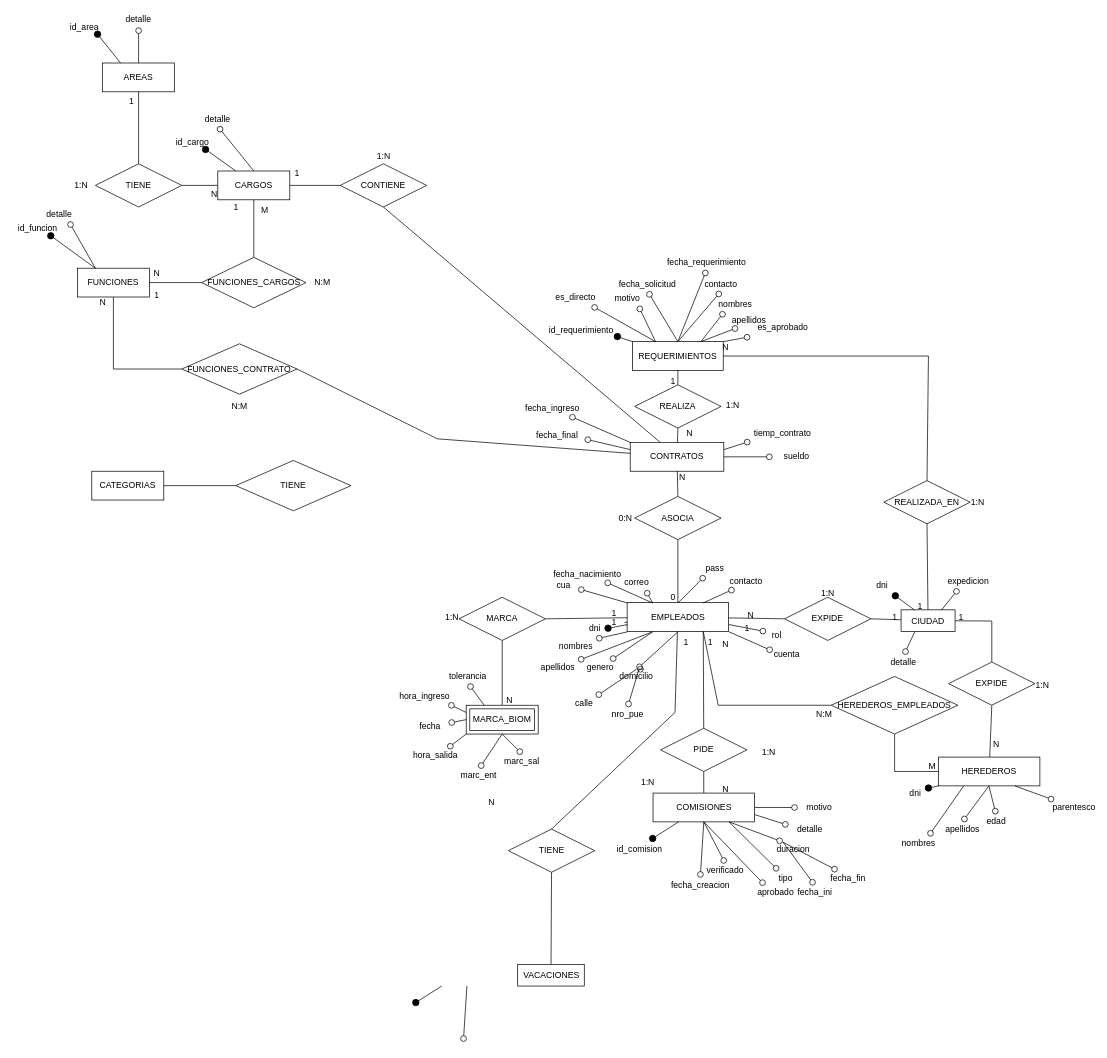
The draw.io diagram page "Página-2" (2 of 4) of Diagrama SRH.drawio in tomyivan/diagramas-DB, before the edit. Source tidied: cells renumbered, new cells numbered last; positions are measured from the earlier drawing's top-left corner, leaving out a move shared by most shapes. Both pictures are drawn from the tidied source at 72%, with x=0, y=0 at pixel (12, 12).
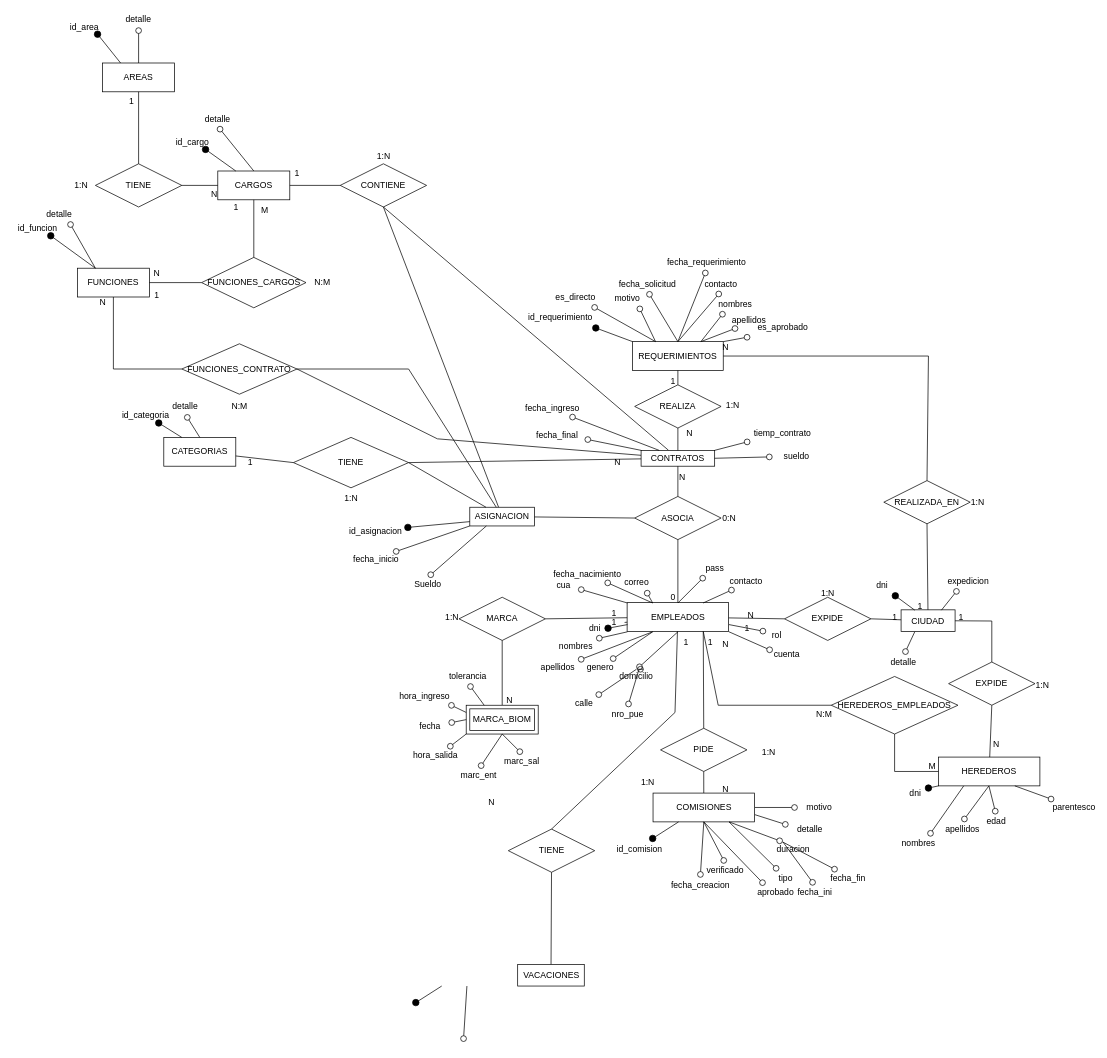
Above is the later version.

The change refers to these unchanged cells:
```xml
<mxCell id="46" value="CONTIENE" style="shape=rhombus;perimeter=rhombusPerimeter;whiteSpace=wrap;html=1;align=center;" parent="1" vertex="1">
  <mxGeometry x="455" y="210" width="120" height="60" as="geometry" />
</mxCell>
<mxCell id="51" value="FUNCIONES_CONTRATO" style="shape=rhombus;perimeter=rhombusPerimeter;whiteSpace=wrap;html=1;align=center;" parent="1" vertex="1">
  <mxGeometry x="235" y="460" width="160" height="70" as="geometry" />
</mxCell>
<mxCell id="193" value="ASOCIA" style="shape=rhombus;perimeter=rhombusPerimeter;whiteSpace=wrap;html=1;align=center;" parent="1" vertex="1">
  <mxGeometry x="864" y="672" width="120" height="60" as="geometry" />
</mxCell>
```

Diff of the diagram source:
```diff
@@
     <mxCell id="6" value="id_requerimiento" style="whiteSpace=wrap;html=1;align=center;strokeColor=none;fillColor=none;" parent="1" vertex="1">
-      <mxGeometry x="740" y="427" width="99.5" height="30" as="geometry" />
+      <mxGeometry x="710.5" y="408" width="99.5" height="30" as="geometry" />
     </mxCell>
@@
-    <mxCell id="48" style="endArrow=none;html=1;rounded=0;exitX=0.5;exitY=1;exitDx=0;exitDy=0;" parent="1" edge="1" source="46">
-      <mxGeometry relative="1" as="geometry">
-        <mxPoint x="899.6" y="597" as="targetPoint" />
-      </mxGeometry>
+    <mxCell id="48" style="endArrow=none;html=1;rounded=0;exitX=0.5;exitY=1;exitDx=0;exitDy=0;" parent="1" edge="1" source="46" target="181">
+      <mxGeometry relative="1" as="geometry" />
     </mxCell>
@@
     <mxCell id="59" value="0:N" style="text;html=1;align=center;verticalAlign=middle;strokeColor=none;fillColor=none;" parent="1" vertex="1">
-      <mxGeometry x="830.5" y="687" width="40" height="30" as="geometry" />
+      <mxGeometry x="975" y="687" width="40" height="30" as="geometry" />
     </mxCell>
@@
     <mxCell id="181" value="CONTRATOS" style="whiteSpace=wrap;html=1;align=center;" parent="1" vertex="1">
-      <mxGeometry x="857.8" y="597" width="130" height="40" as="geometry" />
+      <mxGeometry x="872.9" y="608" width="102.2" height="22" as="geometry" />
     </mxCell>
@@
     <mxCell id="211" value="CATEGORIAS" style="whiteSpace=wrap;html=1;align=center;" parent="1" vertex="1">
-      <mxGeometry x="110" y="637" width="100" height="40" as="geometry" />
+      <mxGeometry x="210" y="590" width="100" height="40" as="geometry" />
     </mxCell>
     <mxCell id="212" value="TIENE" style="shape=rhombus;perimeter=rhombusPerimeter;whiteSpace=wrap;html=1;align=center;" parent="1" vertex="1">
-      <mxGeometry x="310" y="622" width="160" height="70" as="geometry" />
+      <mxGeometry x="390" y="590" width="160" height="70" as="geometry" />
     </mxCell>
@@
+    <mxCell id="214" style="endArrow=none;html=1;rounded=0;exitX=1;exitY=0.5;exitDx=0;exitDy=0;" parent="1" edge="1" source="212" target="181">
+      <mxGeometry relative="1" as="geometry" />
+    </mxCell>
+    <mxCell id="215" style="endArrow=circle;html=1;rounded=0;strokeColor=default;shadow=0;startFill=0;fillOpacity=100;endFill=0;snapToPoint=1;fixDash=1;backgroundOutline=1;comic=0;jiggle=1;enumerate=0;orthogonal=0;strokeOpacity=100;arcSize=210;startArrow=none;strokeWidth=1;startSize=0;endSize=3;" parent="1" edge="1" source="211" target="216">
+      <mxGeometry relative="1" as="geometry" />
+    </mxCell>
+    <mxCell id="216" value="detalle" style="whiteSpace=wrap;html=1;align=center;strokeColor=none;fillColor=none;" parent="1" vertex="1">
+      <mxGeometry x="220" y="536" width="40" height="22" as="geometry" />
+    </mxCell>
+    <mxCell id="217" value="id_categoria" style="whiteSpace=wrap;html=1;align=center;strokeColor=none;fillColor=none;" parent="1" vertex="1">
+      <mxGeometry x="150" y="550" width="70" height="20" as="geometry" />
+    </mxCell>
+    <mxCell id="218" style="endArrow=none;html=1;rounded=0;shadow=0;startFill=1;fillOpacity=100;endFill=1;snapToPoint=1;fixDash=1;backgroundOutline=1;comic=0;jiggle=1;enumerate=0;orthogonal=0;strokeOpacity=100;arcSize=210;startArrow=oval;strokeWidth=1;startSize=9;" parent="1" edge="1" source="217" target="211">
+      <mxGeometry relative="1" as="geometry" />
+    </mxCell>
+    <mxCell id="219" value="1" style="text;html=1;align=center;verticalAlign=middle;strokeColor=none;fillColor=none;" parent="1" vertex="1">
+      <mxGeometry x="315" y="610" width="30" height="30" as="geometry" />
+    </mxCell>
+    <mxCell id="220" value="N" style="text;html=1;align=center;verticalAlign=middle;strokeColor=none;fillColor=none;" parent="1" vertex="1">
+      <mxGeometry x="825" y="610" width="30" height="30" as="geometry" />
+    </mxCell>
+    <mxCell id="221" value="1:N" style="text;html=1;align=center;verticalAlign=middle;strokeColor=none;fillColor=none;" parent="1" vertex="1">
+      <mxGeometry x="450" y="660" width="40" height="30" as="geometry" />
+    </mxCell>
+    <mxCell id="222" value="ASIGNACION" style="whiteSpace=wrap;html=1;align=center;" parent="1" vertex="1">
+      <mxGeometry x="635" y="687" width="90" height="26" as="geometry" />
+    </mxCell>
+    <mxCell id="223" style="endArrow=none;html=1;rounded=0;entryX=0;entryY=0.5;entryDx=0;entryDy=0;" parent="1" edge="1" source="222" target="193">
+      <mxGeometry relative="1" as="geometry" />
+    </mxCell>
+    <mxCell id="224" value="id_asignacion" style="whiteSpace=wrap;html=1;align=center;strokeColor=none;fillColor=none;" parent="1" vertex="1">
+      <mxGeometry x="460" y="710" width="88.6" height="20" as="geometry" />
+    </mxCell>
+    <mxCell id="225" style="endArrow=none;html=1;rounded=0;shadow=0;startFill=1;fillOpacity=100;endFill=1;snapToPoint=1;fixDash=1;backgroundOutline=1;comic=0;jiggle=1;enumerate=0;orthogonal=0;strokeOpacity=100;arcSize=210;startArrow=oval;strokeWidth=1;startSize=9;" parent="1" edge="1" source="224" target="222">
+      <mxGeometry relative="1" as="geometry" />
+    </mxCell>
+    <mxCell id="226" style="endArrow=circle;html=1;rounded=0;strokeColor=default;shadow=0;startFill=0;fillOpacity=100;endFill=0;snapToPoint=1;fixDash=1;backgroundOutline=1;comic=0;jiggle=1;enumerate=0;orthogonal=0;strokeOpacity=100;arcSize=210;startArrow=none;strokeWidth=1;startSize=0;endSize=3;" parent="1" edge="1" source="222" target="227">
+      <mxGeometry relative="1" as="geometry" />
+    </mxCell>
+    <mxCell id="227" value="fecha_inicio" style="whiteSpace=wrap;html=1;align=center;strokeColor=none;fillColor=none;" parent="1" vertex="1">
+      <mxGeometry x="460" y="750" width="90" height="20" as="geometry" />
+    </mxCell>
+    <mxCell id="228" style="endArrow=circle;html=1;rounded=0;strokeColor=default;shadow=0;startFill=0;fillOpacity=100;endFill=0;snapToPoint=1;fixDash=1;backgroundOutline=1;comic=0;jiggle=1;enumerate=0;orthogonal=0;strokeOpacity=100;arcSize=210;startArrow=none;strokeWidth=1;startSize=0;endSize=3;" parent="1" edge="1" source="222" target="229">
+      <mxGeometry relative="1" as="geometry" />
+    </mxCell>
+    <mxCell id="229" value="Sueldo" style="whiteSpace=wrap;html=1;align=center;strokeColor=none;fillColor=none;" parent="1" vertex="1">
+      <mxGeometry x="532" y="784" width="90" height="20" as="geometry" />
+    </mxCell>
+    <mxCell id="230" style="endArrow=none;html=1;rounded=0;exitX=0.5;exitY=1;exitDx=0;exitDy=0;" parent="1" edge="1" source="46" target="222">
+      <mxGeometry relative="1" as="geometry" />
+    </mxCell>
+    <mxCell id="231" style="endArrow=none;html=1;rounded=0;exitX=1;exitY=0.5;exitDx=0;exitDy=0;" parent="1" edge="1" source="51" target="222">
+      <mxGeometry relative="1" as="geometry">
+        <Array as="points">
+          <mxPoint x="550" y="495" />
+        </Array>
+      </mxGeometry>
+    </mxCell>
+    <mxCell id="232" style="endArrow=none;html=1;rounded=0;exitX=1;exitY=0.5;exitDx=0;exitDy=0;" parent="1" edge="1" source="212" target="222">
+      <mxGeometry relative="1" as="geometry" />
+    </mxCell>
```
